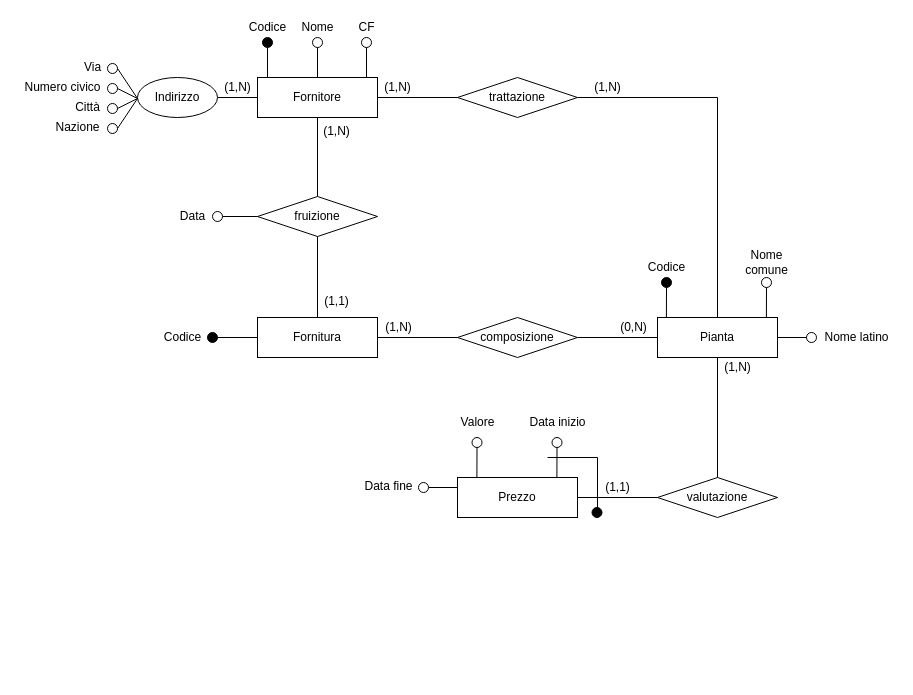
This is ER-diagrams/ER-Fornitore.drawio from nic-agos/Verde-S.R.L, a draw.io file, before an edit. Source tidied: cells renumbered, new cells numbered last; positions are measured from the earlier drawing's top-left corner, leaving out a move shared by most shapes. Both pictures are drawn from the tidied source at 100%, with x=0, y=0 at pixel (17, 17).
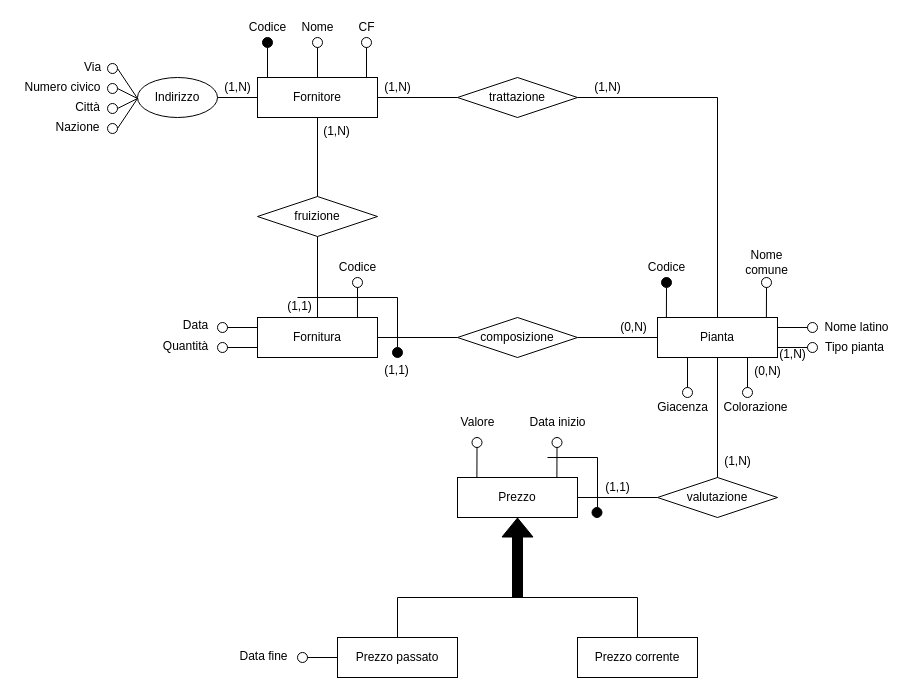
The same page after the edit.

The change refers to these unchanged cells:
```xml
<mxCell id="12" value="Fornitura" style="rounded=0;whiteSpace=wrap;html=1;strokeWidth=1;perimeterSpacing=0;" parent="1" vertex="1">
  <mxGeometry x="240" y="300" width="120" height="40" as="geometry" />
</mxCell>
<mxCell id="13" value="fruizione" style="rhombus;whiteSpace=wrap;html=1;" parent="1" vertex="1">
  <mxGeometry x="240" y="179" width="120" height="40" as="geometry" />
</mxCell>
<mxCell id="17" value="Pianta" style="rounded=0;whiteSpace=wrap;html=1;strokeWidth=1;perimeterSpacing=0;" parent="1" vertex="1">
  <mxGeometry x="640" y="300" width="120" height="40" as="geometry" />
</mxCell>
<mxCell id="59" value="Prezzo" style="rounded=0;whiteSpace=wrap;html=1;strokeWidth=1;perimeterSpacing=0;" parent="1" vertex="1">
  <mxGeometry x="440" y="460" width="120" height="40" as="geometry" />
</mxCell>
<mxCell id="60" value="valutazione" style="rhombus;whiteSpace=wrap;html=1;" parent="1" vertex="1">
  <mxGeometry x="640" y="460" width="120" height="40" as="geometry" />
</mxCell>
```

The edit, as a diff of the source:
```diff
@@
-    <mxCell id="21" style="endArrow=none;html=1;rounded=0;fillColor=#000000;exitX=0;exitY=0.5;exitDx=0;exitDy=0;entryX=1;entryY=0.5;entryDx=0;entryDy=0;" parent="1" edge="1" source="22" target="17">
+    <mxCell id="21" style="endArrow=none;html=1;rounded=0;fillColor=#000000;exitX=0;exitY=0.5;exitDx=0;exitDy=0;entryX=1;entryY=0.25;entryDx=0;entryDy=0;" parent="1" edge="1" source="22" target="17">
       <mxGeometry relative="1" as="geometry" />
     </mxCell>
     <mxCell id="22" style="ellipse;whiteSpace=wrap;html=1;strokeWidth=1;fillColor=none;" parent="1" vertex="1">
-      <mxGeometry x="789" y="315" width="10" height="10" as="geometry" />
+      <mxGeometry x="790" y="305" width="10" height="10" as="geometry" />
     </mxCell>
     <mxCell id="23" value="Nome latino" style="text;html=1;align=center;verticalAlign=middle;strokeColor=none;fillColor=none;" parent="1" vertex="1">
-      <mxGeometry x="799" y="310" width="80" height="20" as="geometry" />
+      <mxGeometry x="799" y="300" width="80" height="20" as="geometry" />
     </mxCell>
@@
     <mxCell id="49" value="(1,1)" style="text;html=1;align=center;verticalAlign=middle;strokeColor=none;fillColor=none;" parent="1" vertex="1">
-      <mxGeometry x="299" y="274" width="40" height="20" as="geometry" />
+      <mxGeometry x="262" y="279" width="40" height="20" as="geometry" />
     </mxCell>
@@
-    <mxCell id="51" value="(1,N)" style="text;html=1;align=center;verticalAlign=middle;strokeColor=none;fillColor=none;" parent="1" vertex="1">
-      <mxGeometry x="361" y="300" width="40" height="20" as="geometry" />
+    <mxCell id="51" value="(1,1)" style="text;html=1;align=center;verticalAlign=middle;strokeColor=none;fillColor=none;" parent="1" vertex="1">
+      <mxGeometry x="359" y="343" width="40" height="20" as="geometry" />
     </mxCell>
-    <mxCell id="52" style="ellipse;whiteSpace=wrap;html=1;strokeWidth=1;fillColor=#000000;" parent="1" vertex="1">
-      <mxGeometry x="190" y="315" width="10" height="10" as="geometry" />
+    <mxCell id="52" style="ellipse;whiteSpace=wrap;html=1;strokeWidth=1;fillColor=none;" parent="1" vertex="1">
+      <mxGeometry x="335" y="260" width="10" height="10" as="geometry" />
     </mxCell>
     <mxCell id="53" value="Codice" style="text;html=1;align=center;verticalAlign=middle;strokeColor=none;fillColor=none;" parent="1" vertex="1">
-      <mxGeometry x="140" y="310" width="50" height="20" as="geometry" />
+      <mxGeometry x="315" y="240" width="50" height="20" as="geometry" />
     </mxCell>
-    <mxCell id="54" style="endArrow=none;html=1;rounded=0;entryX=0;entryY=0.5;entryDx=0;entryDy=0;exitX=1;exitY=0.5;exitDx=0;exitDy=0;" parent="1" edge="1" source="52" target="12">
+    <mxCell id="54" style="endArrow=none;html=1;rounded=0;entryX=0.833;entryY=0;entryDx=0;entryDy=0;exitX=0.5;exitY=1;exitDx=0;exitDy=0;entryPerimeter=0;" parent="1" edge="1" source="52" target="12">
       <mxGeometry relative="1" as="geometry" />
     </mxCell>
     <mxCell id="55" style="ellipse;whiteSpace=wrap;html=1;strokeWidth=1;fillColor=none;" parent="1" vertex="1">
-      <mxGeometry x="195" y="194" width="10" height="10" as="geometry" />
+      <mxGeometry x="200" y="305" width="10" height="10" as="geometry" />
     </mxCell>
     <mxCell id="56" value="Data" style="text;html=1;align=center;verticalAlign=middle;strokeColor=none;fillColor=none;" parent="1" vertex="1">
-      <mxGeometry x="155" y="189" width="40" height="20" as="geometry" />
+      <mxGeometry x="158" y="298" width="40" height="20" as="geometry" />
     </mxCell>
-    <mxCell id="57" style="endArrow=none;html=1;rounded=0;entryX=0;entryY=0.5;entryDx=0;entryDy=0;exitX=1;exitY=0.5;exitDx=0;exitDy=0;" parent="1" edge="1" source="55" target="13">
+    <mxCell id="57" style="endArrow=none;html=1;rounded=0;exitX=1;exitY=0.5;exitDx=0;exitDy=0;entryX=0;entryY=0.25;entryDx=0;entryDy=0;" parent="1" edge="1" source="55" target="12">
       <mxGeometry relative="1" as="geometry" />
     </mxCell>
@@
     <mxCell id="70" value="(1,N)" style="text;html=1;align=center;verticalAlign=middle;strokeColor=none;fillColor=none;" parent="1" vertex="1">
-      <mxGeometry x="700" y="340" width="40" height="20" as="geometry" />
+      <mxGeometry x="700" y="434" width="40" height="20" as="geometry" />
     </mxCell>
@@
-    <mxCell id="72" style="ellipse;whiteSpace=wrap;html=1;strokeWidth=1;fillColor=none;" parent="1" vertex="1">
-      <mxGeometry x="401" y="465" width="10" height="10" as="geometry" />
-    </mxCell>
-    <mxCell id="73" style="endArrow=none;html=1;rounded=0;exitX=1;exitY=0.5;exitDx=0;exitDy=0;entryX=0;entryY=0.25;entryDx=0;entryDy=0;" parent="1" edge="1" source="72" target="59">
-      <mxGeometry relative="1" as="geometry" />
-    </mxCell>
+    <mxCell id="75" style="endArrow=none;html=1;rounded=0;entryX=0.5;entryY=1;entryDx=0;entryDy=0;exitX=0.5;exitY=0;exitDx=0;exitDy=0;" parent="1" edge="1" source="60" target="17">
+      <mxGeometry relative="1" as="geometry" />
+    </mxCell>
+    <mxCell id="76" value="Prezzo passato" style="rounded=0;whiteSpace=wrap;html=1;strokeWidth=1;perimeterSpacing=0;" parent="1" vertex="1">
+      <mxGeometry x="320" y="620" width="120" height="40" as="geometry" />
+    </mxCell>
+    <mxCell id="77" value="Prezzo corrente" style="rounded=0;whiteSpace=wrap;html=1;strokeWidth=1;perimeterSpacing=0;" parent="1" vertex="1">
+      <mxGeometry x="560" y="620" width="120" height="40" as="geometry" />
+    </mxCell>
+    <mxCell id="78" style="endArrow=none;html=1;rounded=0;exitX=0.5;exitY=0;exitDx=0;exitDy=0;entryX=0.5;entryY=0;entryDx=0;entryDy=0;" parent="1" edge="1" source="76" target="77">
+      <mxGeometry relative="1" as="geometry">
+        <Array as="points">
+          <mxPoint x="380" y="580" />
+          <mxPoint x="620" y="580" />
+        </Array>
+      </mxGeometry>
+    </mxCell>
+    <mxCell id="79" style="shape=flexArrow;endArrow=classic;html=1;rounded=0;fillColor=#000000;entryX=0.5;entryY=1;entryDx=0;entryDy=0;" parent="1" edge="1" target="59">
+      <mxGeometry relative="1" as="geometry">
+        <mxPoint x="500" y="580" as="sourcePoint" />
+      </mxGeometry>
+    </mxCell>
+    <mxCell id="80" style="ellipse;whiteSpace=wrap;html=1;strokeWidth=1;fillColor=none;" parent="1" vertex="1">
+      <mxGeometry x="280" y="635" width="10" height="10" as="geometry" />
+    </mxCell>
+    <mxCell id="81" style="endArrow=none;html=1;rounded=0;exitX=1;exitY=0.5;exitDx=0;exitDy=0;entryX=0;entryY=0.5;entryDx=0;entryDy=0;" parent="1" edge="1" source="80" target="76">
+      <mxGeometry relative="1" as="geometry" />
+    </mxCell>
     <mxCell id="74" value="Data fine" style="text;html=1;align=center;verticalAlign=middle;strokeColor=none;fillColor=none;" parent="1" vertex="1">
-      <mxGeometry x="341" y="459" width="60" height="20" as="geometry" />
+      <mxGeometry x="216" y="629" width="60" height="20" as="geometry" />
     </mxCell>
-    <mxCell id="75" style="endArrow=none;html=1;rounded=0;entryX=0.5;entryY=1;entryDx=0;entryDy=0;exitX=0.5;exitY=0;exitDx=0;exitDy=0;" parent="1" edge="1" source="60" target="17">
-      <mxGeometry relative="1" as="geometry" />
-    </mxCell>
+    <mxCell id="82" style="ellipse;whiteSpace=wrap;html=1;strokeWidth=1;fillColor=none;" parent="1" vertex="1">
+      <mxGeometry x="200" y="325" width="10" height="10" as="geometry" />
+    </mxCell>
+    <mxCell id="83" style="endArrow=none;html=1;rounded=0;entryX=0;entryY=0.75;entryDx=0;entryDy=0;exitX=1;exitY=0.5;exitDx=0;exitDy=0;" parent="1" edge="1" source="82" target="12">
+      <mxGeometry relative="1" as="geometry" />
+    </mxCell>
+    <mxCell id="84" value="Quantità" style="text;html=1;align=center;verticalAlign=middle;strokeColor=none;fillColor=none;" parent="1" vertex="1">
+      <mxGeometry x="138" y="319" width="60" height="20" as="geometry" />
+    </mxCell>
+    <mxCell id="85" style="endArrow=none;html=1;rounded=0;entryX=0.5;entryY=0;entryDx=0;entryDy=0;" parent="1" edge="1" target="86">
+      <mxGeometry relative="1" as="geometry">
+        <mxPoint x="280" y="280" as="sourcePoint" />
+        <Array as="points">
+          <mxPoint x="380" y="280" />
+        </Array>
+      </mxGeometry>
+    </mxCell>
+    <mxCell id="86" style="ellipse;whiteSpace=wrap;html=1;strokeWidth=1;fillColor=#000000;" parent="1" vertex="1">
+      <mxGeometry x="375" y="330" width="10" height="10" as="geometry" />
+    </mxCell>
+    <mxCell id="87" style="endArrow=none;html=1;rounded=0;fillColor=#000000;exitX=0;exitY=0.5;exitDx=0;exitDy=0;entryX=1;entryY=0.75;entryDx=0;entryDy=0;" parent="1" edge="1" source="88" target="17">
+      <mxGeometry relative="1" as="geometry" />
+    </mxCell>
+    <mxCell id="88" style="ellipse;whiteSpace=wrap;html=1;strokeWidth=1;fillColor=none;" parent="1" vertex="1">
+      <mxGeometry x="790" y="325" width="10" height="10" as="geometry" />
+    </mxCell>
+    <mxCell id="89" style="ellipse;whiteSpace=wrap;html=1;strokeWidth=1;fillColor=none;" parent="1" vertex="1">
+      <mxGeometry x="665" y="370" width="10" height="10" as="geometry" />
+    </mxCell>
+    <mxCell id="90" style="endArrow=none;html=1;rounded=0;entryX=0.25;entryY=1;entryDx=0;entryDy=0;exitX=0.5;exitY=0;exitDx=0;exitDy=0;" parent="1" edge="1" source="89" target="17">
+      <mxGeometry relative="1" as="geometry" />
+    </mxCell>
+    <mxCell id="91" value="Giacenza" style="text;html=1;align=center;verticalAlign=middle;strokeColor=none;fillColor=none;" parent="1" vertex="1">
+      <mxGeometry x="630" y="380" width="70" height="20" as="geometry" />
+    </mxCell>
+    <mxCell id="92" style="ellipse;whiteSpace=wrap;html=1;strokeWidth=1;fillColor=none;" parent="1" vertex="1">
+      <mxGeometry x="725" y="370" width="10" height="10" as="geometry" />
+    </mxCell>
+    <mxCell id="93" style="endArrow=none;html=1;rounded=0;exitX=0.5;exitY=0;exitDx=0;exitDy=0;entryX=0.75;entryY=1;entryDx=0;entryDy=0;" parent="1" edge="1" source="92" target="17">
+      <mxGeometry relative="1" as="geometry" />
+    </mxCell>
+    <mxCell id="94" value="Colorazione" style="text;html=1;align=center;verticalAlign=middle;strokeColor=none;fillColor=none;" parent="1" vertex="1">
+      <mxGeometry x="698" y="380" width="80" height="20" as="geometry" />
+    </mxCell>
+    <mxCell id="95" value="(0,N)" style="text;html=1;align=center;verticalAlign=middle;strokeColor=none;fillColor=none;" parent="1" vertex="1">
+      <mxGeometry x="730" y="344" width="40" height="20" as="geometry" />
+    </mxCell>
+    <mxCell id="96" value="Tipo pianta" style="text;html=1;align=center;verticalAlign=middle;strokeColor=none;fillColor=none;" parent="1" vertex="1">
+      <mxGeometry x="802" y="320" width="70" height="20" as="geometry" />
+    </mxCell>
+    <mxCell id="97" value="(1,N)" style="text;html=1;align=center;verticalAlign=middle;strokeColor=none;fillColor=none;" parent="1" vertex="1">
+      <mxGeometry x="755" y="327" width="40" height="20" as="geometry" />
+    </mxCell>
```
